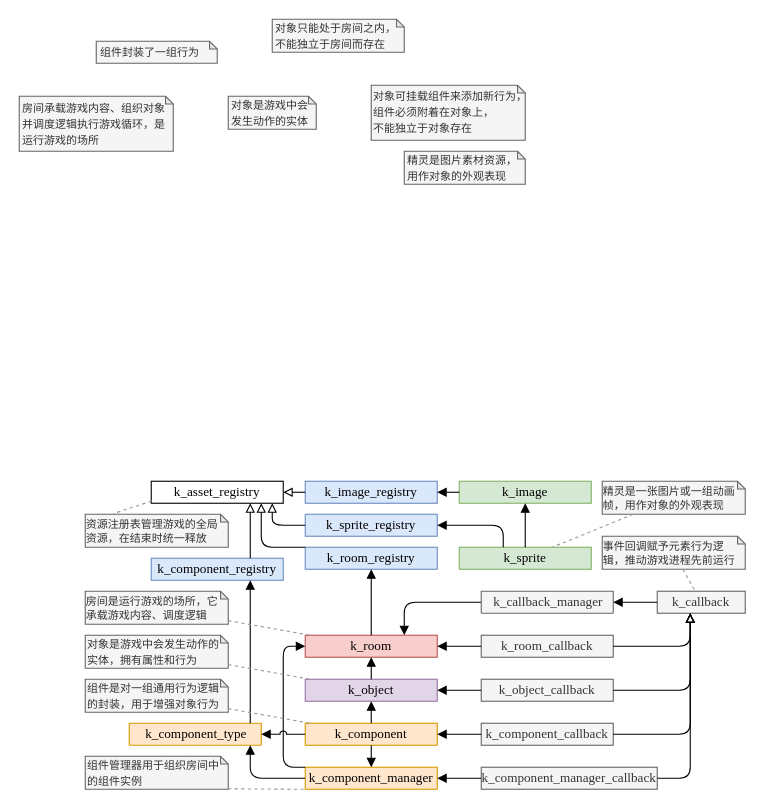
Above: page "整体" (12 of 19) of k_game/docs/drawio/k_game.drawio in szdxdxdx/k_game (draw.io), before the change. Source tidied: cells renumbered, new cells numbered last; positions are measured from the earlier drawing's top-left corner, leaving out a move shared by most shapes. Both pictures are drawn from the tidied source at 110%, with x=0, y=0 at pixel (19, 19).
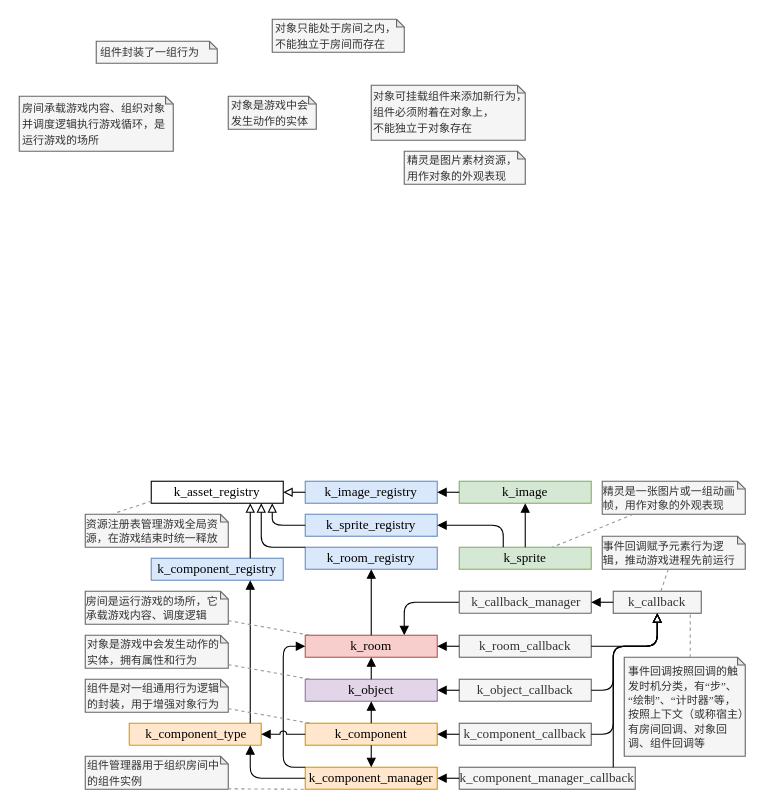
After the change.

The edit, as a diff of the source:
```diff
@@
     <mxCell id="12" value="k_callback" style="rounded=0;whiteSpace=wrap;html=1;fontFamily=Times New Roman;fontStyle=0;fillColor=#f5f5f5;fontColor=#333333;strokeColor=#666666;" parent="1" vertex="1">
-      <mxGeometry x="580" y="520" width="80" height="20" as="geometry" />
+      <mxGeometry x="540" y="520" width="80" height="20" as="geometry" />
     </mxCell>
@@
     <mxCell id="14" value="&lt;font&gt;&lt;span&gt;k_callback_manager&lt;/span&gt;&lt;/font&gt;" style="swimlane;fontStyle=0;horizontal=1;startSize=20;whiteSpace=wrap;html=1;labelBackgroundColor=none;fontFamily=Times New Roman;align=center;spacingLeft=2;fillColor=#f5f5f5;fontColor=#333333;strokeColor=#666666;" parent="1" vertex="1">
-      <mxGeometry x="420" y="520" width="120" height="20" as="geometry" />
+      <mxGeometry x="400" y="520" width="120" height="20" as="geometry" />
     </mxCell>
@@
     <mxCell id="17" value="k_object_callback" style="rounded=0;whiteSpace=wrap;html=1;fontFamily=Times New Roman;fontStyle=0;fillColor=#f5f5f5;fontColor=#333333;strokeColor=#666666;" parent="1" vertex="1">
-      <mxGeometry x="420" y="600" width="120" height="20" as="geometry" />
+      <mxGeometry x="400" y="600" width="120" height="20" as="geometry" />
     </mxCell>
     <mxCell id="18" value="k_room_callback" style="rounded=0;whiteSpace=wrap;html=1;fontFamily=Times New Roman;fontStyle=0;fillColor=#f5f5f5;fontColor=#333333;strokeColor=#666666;" parent="1" vertex="1">
-      <mxGeometry x="420" y="560" width="120" height="20" as="geometry" />
+      <mxGeometry x="400" y="560" width="120" height="20" as="geometry" />
     </mxCell>
     <mxCell id="19" value="k_component_callback" style="rounded=0;whiteSpace=wrap;html=1;fontFamily=Times New Roman;fontStyle=0;fillColor=#f5f5f5;fontColor=#333333;strokeColor=#666666;" parent="1" vertex="1">
-      <mxGeometry x="420" y="640" width="120" height="20" as="geometry" />
+      <mxGeometry x="400" y="640" width="120" height="20" as="geometry" />
     </mxCell>
     <mxCell id="20" value="k_component_manager_callback" style="rounded=0;whiteSpace=wrap;html=1;fontFamily=Times New Roman;fontStyle=0;fillColor=#f5f5f5;fontColor=#333333;strokeColor=#666666;" parent="1" vertex="1">
-      <mxGeometry x="420" y="680" width="160" height="20" as="geometry" />
+      <mxGeometry x="400" y="680" width="160" height="20" as="geometry" />
     </mxCell>
@@
     <mxCell id="31" style="endArrow=block;html=1;rounded=1;labelBackgroundColor=default;strokeColor=default;align=center;verticalAlign=middle;fontFamily=Helvetica;fontSize=11;fontColor=default;shape=connector;edgeStyle=orthogonalEdgeStyle;endFill=0;" parent="1" edge="1" source="18" target="12">
       <mxGeometry relative="1" as="geometry">
         <Array as="points">
-          <mxPoint x="610" y="570" />
+          <mxPoint x="580" y="570" />
         </Array>
       </mxGeometry>
     </mxCell>
     <mxCell id="32" style="endArrow=block;html=1;rounded=1;labelBackgroundColor=default;strokeColor=default;align=center;verticalAlign=middle;fontFamily=Helvetica;fontSize=11;fontColor=default;shape=connector;edgeStyle=orthogonalEdgeStyle;endFill=0;" parent="1" edge="1" source="17" target="12">
       <mxGeometry relative="1" as="geometry">
         <Array as="points">
-          <mxPoint x="610" y="610" />
+          <mxPoint x="540" y="610" />
+          <mxPoint x="540" y="570" />
+          <mxPoint x="580" y="570" />
         </Array>
       </mxGeometry>
     </mxCell>
     <mxCell id="33" style="endArrow=block;html=1;rounded=1;labelBackgroundColor=default;strokeColor=default;align=center;verticalAlign=middle;fontFamily=Helvetica;fontSize=11;fontColor=default;shape=connector;edgeStyle=orthogonalEdgeStyle;endFill=0;" parent="1" edge="1" source="19" target="12">
       <mxGeometry relative="1" as="geometry">
         <Array as="points">
-          <mxPoint x="610" y="650" />
+          <mxPoint x="540" y="650" />
+          <mxPoint x="540" y="570" />
+          <mxPoint x="580" y="570" />
         </Array>
       </mxGeometry>
     </mxCell>
     <mxCell id="34" style="endArrow=block;html=1;rounded=1;labelBackgroundColor=default;strokeColor=default;align=center;verticalAlign=middle;fontFamily=Helvetica;fontSize=11;fontColor=default;shape=connector;edgeStyle=orthogonalEdgeStyle;endFill=0;" parent="1" edge="1" source="20" target="12">
       <mxGeometry relative="1" as="geometry">
         <Array as="points">
-          <mxPoint x="610" y="690" />
+          <mxPoint x="540" y="570" />
+          <mxPoint x="580" y="570" />
         </Array>
       </mxGeometry>
     </mxCell>
@@
-    <mxCell id="63" value="&lt;div style=&quot;line-height: 100%;&quot;&gt;&lt;font style=&quot;font-size: 10px;&quot;&gt;资源注册表管理游戏的全局资源，在结束时统一释放&lt;/font&gt;&lt;br&gt;&lt;/div&gt;" style="shape=note;whiteSpace=wrap;html=1;backgroundOutline=1;darkOpacity=0.05;size=7;fillColor=#f5f5f5;fontColor=#333333;strokeColor=#666666;spacingLeft=1;align=left;spacingRight=2;spacing=0;fontFamily=Times New Roman;" parent="1" vertex="1">
+    <mxCell id="63" value="&lt;div style=&quot;line-height: 100%;&quot;&gt;&lt;font style=&quot;font-size: 10px;&quot;&gt;资源注册表管理游戏全局资源，在游戏结束时统一释放&lt;/font&gt;&lt;br&gt;&lt;/div&gt;" style="shape=note;whiteSpace=wrap;html=1;backgroundOutline=1;darkOpacity=0.05;size=7;fillColor=#f5f5f5;fontColor=#333333;strokeColor=#666666;spacingLeft=1;align=left;spacingRight=2;spacing=0;fontFamily=Times New Roman;" parent="1" vertex="1">
       <mxGeometry x="60" y="450" width="130" height="30" as="geometry" />
     </mxCell>
@@
+    <mxCell id="65" value="&lt;div style=&quot;line-height: 100%;&quot;&gt;&lt;span style=&quot;font-size: 10px;&quot;&gt;事件回调按照回调的触发时机分类，有“步”、“绘制”、“计时器”等，&lt;/span&gt;&lt;/div&gt;&lt;div style=&quot;line-height: 100%;&quot;&gt;&lt;span style=&quot;font-size: 10px;&quot;&gt;按照上下文（或称宿主）有房间回调、对象回调、组件回调等&lt;/span&gt;&lt;/div&gt;" style="shape=note;whiteSpace=wrap;html=1;backgroundOutline=1;darkOpacity=0.05;size=7;fillColor=#f5f5f5;fontColor=#333333;strokeColor=#666666;spacingLeft=4;align=left;spacingRight=2;spacing=0;fontFamily=Times New Roman;" parent="1" vertex="1">
+      <mxGeometry x="550" y="580" width="110" height="90" as="geometry" />
+    </mxCell>
+    <mxCell id="66" style="endArrow=none;dashed=1;html=1;rounded=1;labelBackgroundColor=default;strokeColor=#999999;align=center;verticalAlign=middle;fontFamily=Helvetica;fontSize=11;fontColor=default;shape=connector;edgeStyle=orthogonalEdgeStyle;curved=1;" parent="1" edge="1" source="65" target="12">
+      <mxGeometry relative="1" as="geometry">
+        <Array as="points">
+          <mxPoint x="610" y="570" />
+          <mxPoint x="610" y="570" />
+        </Array>
+      </mxGeometry>
+    </mxCell>
```
